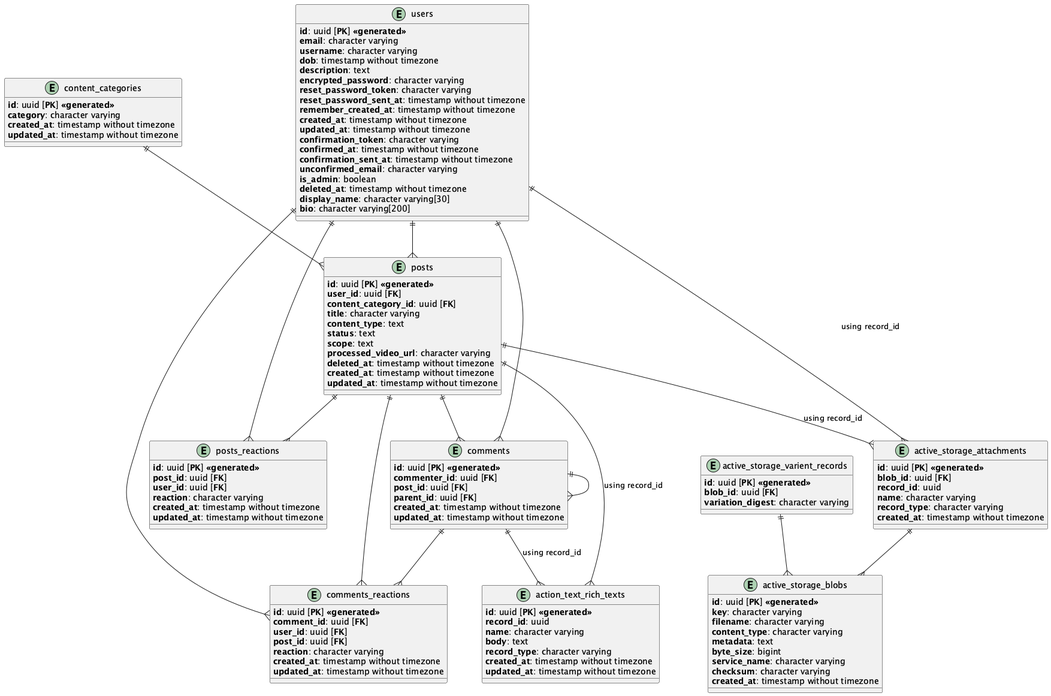
The PlantUML diagram design/entity.png in Chetan0211/karma_loop, before a commit.
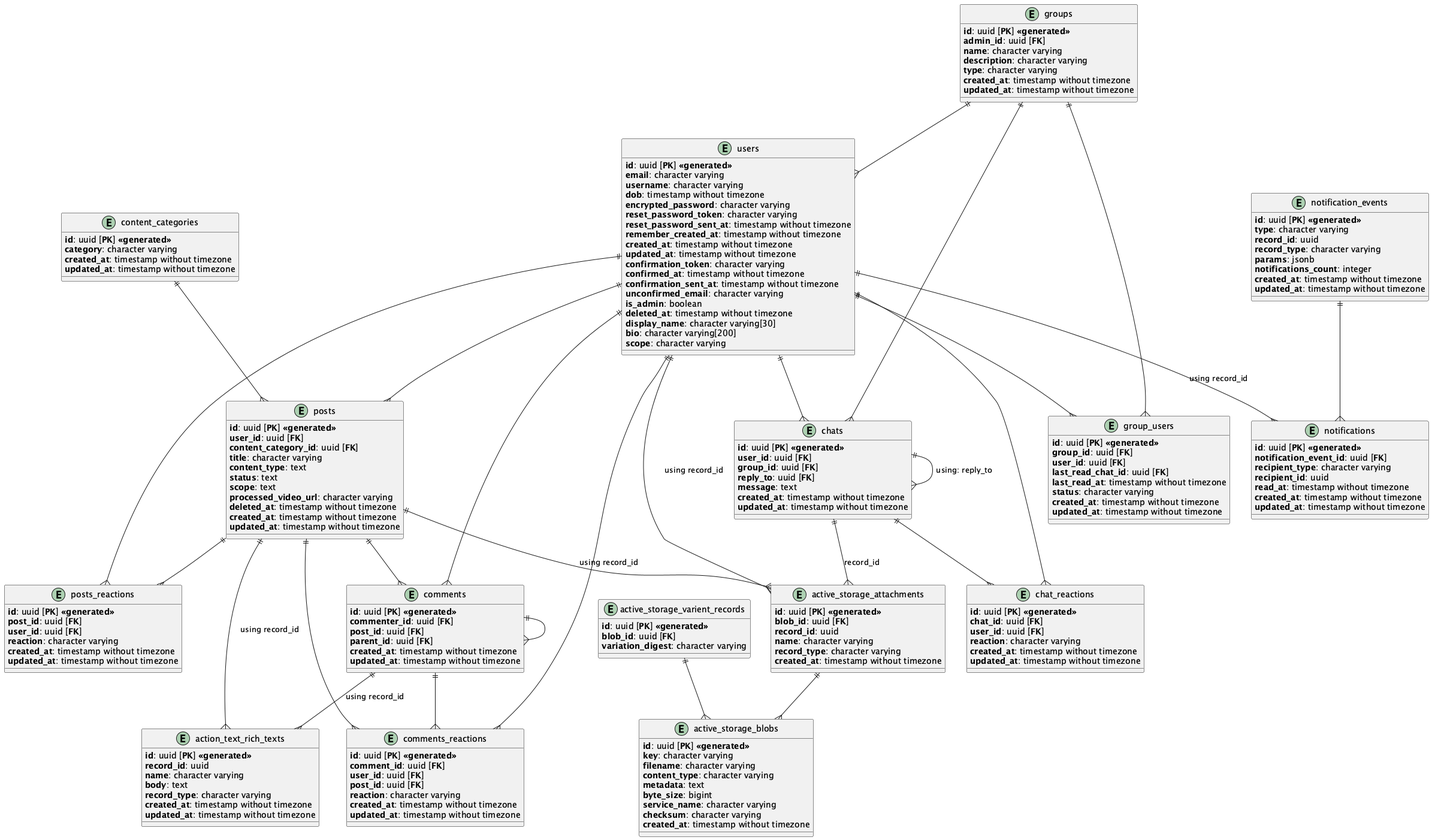
The same file after the commit.

The edit, as a diff of the source:
```diff
@@ -5,7 +5,6 @@
   **email**: character varying
   **username**: character varying
   **dob**: timestamp without timezone
-  **description**: text
   **encrypted_password**: character varying
   **reset_password_token**: character varying
   **reset_password_sent_at**: timestamp without timezone
@@ -20,6 +19,7 @@
   **deleted_at**: timestamp without timezone
   **display_name**: character varying[30]
   **bio**: character varying[200]
+  **scope**: character varying
 }
 
 entity content_categories{
@@ -71,6 +71,27 @@
   **updated_at**: timestamp without timezone
 }
 
+entity groups{
+  **id**: uuid [**PK**] **<<generated>>**
+  **admin_id**: uuid [**FK**]
+  **name**: character varying
+  **description**: character varying
+  **type**: character varying
+  **created_at**: timestamp without timezone
+  **updated_at**: timestamp without timezone
+}
+
+entity group_users{
+  **id**: uuid [**PK**] **<<generated>>**
+  **group_id**: uuid [**FK**]
+  **user_id**: uuid [**FK**]
+  **last_read_chat_id**: uuid [**FK**]
+  **last_read_at**: timestamp without timezone
+  **status**: character varying
+  **created_at**: timestamp without timezone
+  **updated_at**: timestamp without timezone
+}
+
 entity action_text_rich_texts{
   **id**: uuid [**PK**] **<<generated>>**
   **record_id**: uuid
@@ -108,6 +129,56 @@
   **variation_digest**: character varying
 }
 
+entity notifications{
+  **id**: uuid [**PK**] **<<generated>>**
+  **notification_event_id**: uuid [**FK**]
+  **recipient_type**: character varying
+  **recipient_id**: uuid
+  **read_at**: timestamp without timezone
+  **created_at**: timestamp without timezone
+  **updated_at**: timestamp without timezone
+}
+
+entity notification_events{
+  **id**: uuid [**PK**] **<<generated>>**
+  **type**: character varying
+  **record_id**: uuid
+  **record_type**: character varying
+  **params**: jsonb
+  **notifications_count**: integer
+  **created_at**: timestamp without timezone
+  **updated_at**: timestamp without timezone
+}
+
+entity chats{
+  **id**: uuid [**PK**] **<<generated>>**
+  **user_id**: uuid [**FK**]
+  **group_id**: uuid [**FK**]
+  **reply_to**: uuid [**FK**]
+  **message**: text
+  **created_at**: timestamp without timezone
+  **updated_at**: timestamp without timezone
+}
+
+entity chat_reactions{
+  **id**: uuid [**PK**] **<<generated>>**
+  **chat_id**: uuid [**FK**]
+  **user_id**: uuid [**FK**]
+  **reaction**: character varying
+  **created_at**: timestamp without timezone
+  **updated_at**: timestamp without timezone
+}
+
+chats ||--{ active_storage_attachments : "record_id"
+chats ||--{ chats : "using: reply_to"
+chats ||--{ chat_reactions
+users ||--{ chat_reactions
+groups ||--{ chats
+users ||--{ chats
+
+notification_events ||--{ notifications
+users ||--{ notifications : "using record_id"
+
 posts ||--{ action_text_rich_texts : "using record_id"
 comments ||--{ action_text_rich_texts : "using record_id"
 
@@ -132,6 +203,12 @@
 comments ||--{ comments_reactions
 users ||--{ comments_reactions
 posts ||--{ comments_reactions
+
+groups ||--{ group_users
+users ||--{ group_users
+
+groups ||--{ users
+
 }
 
 
```
